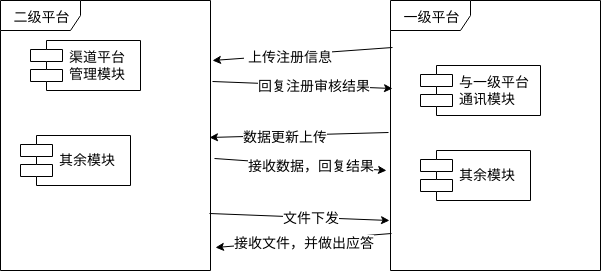
Before: IOT-communication.png, a diagram exported from draw.io (waterwatermelon/graph). Source tidied: cells renumbered, new cells last; positions are measured from the earlier drawing's top-left corner, leaving out a move shared by most shapes. Its diagram source:
```xml
<mxGraphModel>
  <root>
    <mxCell id="0" />
    <mxCell id="1" parent="0" />
    <mxCell id="2" value="&lt;font style=&quot;font-size: 14px&quot;&gt;二级平台&lt;/font&gt;" style="shape=umlFrame;whiteSpace=wrap;html=1;width=80;height=30;" parent="1" vertex="1">
      <mxGeometry width="210" height="270" as="geometry" />
    </mxCell>
    <mxCell id="3" value="&lt;font style=&quot;font-size: 14px&quot;&gt;一级平台&lt;/font&gt;" style="shape=umlFrame;whiteSpace=wrap;html=1;width=80;height=30;" parent="1" vertex="1">
      <mxGeometry x="390" width="210" height="270" as="geometry" />
    </mxCell>
    <mxCell id="4" value="渠道平台&#10;管理模块" style="shape=component;align=left;spacingLeft=36;fontSize=14;" parent="1" vertex="1">
      <mxGeometry x="30" y="40" width="110" height="50" as="geometry" />
    </mxCell>
    <mxCell id="5" value="与一级平台&#10;通讯模块" style="shape=component;align=left;spacingLeft=36;fontSize=14;" parent="1" vertex="1">
      <mxGeometry x="420" y="65" width="120" height="50" as="geometry" />
    </mxCell>
    <mxCell id="6" style="endArrow=classic;html=1;fontSize=14;exitX=0.01;exitY=0.174;exitDx=0;exitDy=0;exitPerimeter=0;entryX=1.01;entryY=0.222;entryDx=0;entryDy=0;entryPerimeter=0;" parent="1" edge="1" source="3" target="2">
      <mxGeometry relative="1" as="geometry" />
    </mxCell>
    <mxCell id="7" value="&amp;nbsp;&lt;span&gt;上传注册信息&lt;/span&gt;" style="text;html=1;align=center;verticalAlign=middle;labelBackgroundColor=#ffffff;fontSize=14;" parent="6" vertex="1">
      <mxGeometry x="0.16" y="1" relative="1" as="geometry" />
    </mxCell>
    <mxCell id="8" style="endArrow=classic;html=1;fontSize=14;entryX=0.01;entryY=0.326;entryDx=0;entryDy=0;entryPerimeter=0;exitX=1.01;exitY=0.3;exitDx=0;exitDy=0;exitPerimeter=0;" parent="1" edge="1" source="2" target="3">
      <mxGeometry relative="1" as="geometry" />
    </mxCell>
    <mxCell id="9" value="&lt;span&gt;回复注册审核结果&lt;/span&gt;" style="text;html=1;align=center;verticalAlign=middle;labelBackgroundColor=#ffffff;fontSize=14;" parent="8" vertex="1">
      <mxGeometry x="0.13" relative="1" as="geometry" />
    </mxCell>
    <mxCell id="10" style="endArrow=classic;html=1;fontSize=14;entryX=0.995;entryY=0.507;entryDx=0;entryDy=0;entryPerimeter=0;exitX=-0.01;exitY=0.489;exitDx=0;exitDy=0;exitPerimeter=0;" parent="1" edge="1" source="3" target="2">
      <mxGeometry relative="1" as="geometry" />
    </mxCell>
    <mxCell id="11" value="&lt;span&gt;数据更新上传&lt;/span&gt;&lt;br&gt;" style="text;html=1;align=center;verticalAlign=middle;labelBackgroundColor=#ffffff;fontSize=14;" parent="10" vertex="1">
      <mxGeometry x="0.16" y="1" relative="1" as="geometry" />
    </mxCell>
    <mxCell id="12" style="endArrow=classic;html=1;fontSize=14;exitX=1.019;exitY=0.585;exitDx=0;exitDy=0;exitPerimeter=0;" parent="1" edge="1" source="2">
      <mxGeometry relative="1" as="geometry">
        <mxPoint x="386" y="170" as="targetPoint" />
      </mxGeometry>
    </mxCell>
    <mxCell id="13" value="&lt;span&gt;接收数据，回复结果&lt;/span&gt;&lt;br&gt;" style="text;html=1;align=center;verticalAlign=middle;labelBackgroundColor=#ffffff;fontSize=14;" parent="12" vertex="1">
      <mxGeometry x="0.13" relative="1" as="geometry" />
    </mxCell>
    <mxCell id="14" style="endArrow=classic;html=1;fontSize=14;exitX=0.005;exitY=0.863;exitDx=0;exitDy=0;exitPerimeter=0;entryX=1.024;entryY=0.915;entryDx=0;entryDy=0;entryPerimeter=0;" parent="1" edge="1" source="3" target="2">
      <mxGeometry relative="1" as="geometry" />
    </mxCell>
    <mxCell id="15" value="&lt;span&gt;接收文件，并做出应答&lt;/span&gt;" style="text;html=1;align=center;verticalAlign=middle;labelBackgroundColor=#ffffff;fontSize=14;" parent="14" vertex="1">
      <mxGeometry x="0.24" y="5" relative="1" as="geometry">
        <mxPoint x="22" y="-5" as="offset" />
      </mxGeometry>
    </mxCell>
    <mxCell id="16" style="endArrow=classic;html=1;fontSize=14;exitX=0.995;exitY=0.789;exitDx=0;exitDy=0;exitPerimeter=0;" parent="1" edge="1" source="2">
      <mxGeometry relative="1" as="geometry">
        <mxPoint x="389" y="220" as="targetPoint" />
      </mxGeometry>
    </mxCell>
    <mxCell id="17" value="&lt;span&gt;文件下发&lt;/span&gt;&lt;br&gt;" style="text;html=1;align=center;verticalAlign=middle;labelBackgroundColor=#ffffff;fontSize=14;" parent="16" vertex="1">
      <mxGeometry x="0.13" relative="1" as="geometry" />
    </mxCell>
    <mxCell id="18" value="其余模块" style="shape=component;align=left;spacingLeft=36;fontSize=14;" parent="1" vertex="1">
      <mxGeometry x="20" y="135" width="110" height="50" as="geometry" />
    </mxCell>
    <mxCell id="19" value="其余模块" style="shape=component;align=left;spacingLeft=36;fontSize=14;" parent="1" vertex="1">
      <mxGeometry x="420" y="150" width="110" height="50" as="geometry" />
    </mxCell>
  </root>
</mxGraphModel>
```
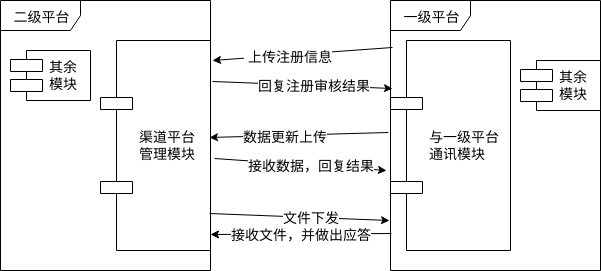
After the commit.

Diff of the diagram source:
```diff
@@ -9,10 +9,10 @@
       <mxGeometry x="390" width="210" height="270" as="geometry" />
     </mxCell>
     <mxCell id="4" value="渠道平台&#10;管理模块" style="shape=component;align=left;spacingLeft=36;fontSize=14;" parent="1" vertex="1">
-      <mxGeometry x="30" y="40" width="110" height="50" as="geometry" />
+      <mxGeometry x="100" y="40" width="110" height="210" as="geometry" />
     </mxCell>
     <mxCell id="5" value="与一级平台&#10;通讯模块" style="shape=component;align=left;spacingLeft=36;fontSize=14;" parent="1" vertex="1">
-      <mxGeometry x="420" y="65" width="120" height="50" as="geometry" />
+      <mxGeometry x="390" y="40" width="120" height="210" as="geometry" />
     </mxCell>
     <mxCell id="6" style="endArrow=classic;html=1;fontSize=14;exitX=0.01;exitY=0.174;exitDx=0;exitDy=0;exitPerimeter=0;entryX=1.01;entryY=0.222;entryDx=0;entryDy=0;entryPerimeter=0;" parent="1" edge="1" source="3" target="2">
       <mxGeometry relative="1" as="geometry" />
@@ -40,7 +40,7 @@
     <mxCell id="13" value="&lt;span&gt;接收数据，回复结果&lt;/span&gt;&lt;br&gt;" style="text;html=1;align=center;verticalAlign=middle;labelBackgroundColor=#ffffff;fontSize=14;" parent="12" vertex="1">
       <mxGeometry x="0.13" relative="1" as="geometry" />
     </mxCell>
-    <mxCell id="14" style="endArrow=classic;html=1;fontSize=14;exitX=0.005;exitY=0.863;exitDx=0;exitDy=0;exitPerimeter=0;entryX=1.024;entryY=0.915;entryDx=0;entryDy=0;entryPerimeter=0;" parent="1" edge="1" source="3" target="2">
+    <mxCell id="14" style="endArrow=classic;html=1;fontSize=14;exitX=0.005;exitY=0.863;exitDx=0;exitDy=0;exitPerimeter=0;entryX=1;entryY=0.924;entryDx=0;entryDy=0;entryPerimeter=0;" parent="1" edge="1" source="3" target="4">
       <mxGeometry relative="1" as="geometry" />
     </mxCell>
     <mxCell id="15" value="&lt;span&gt;接收文件，并做出应答&lt;/span&gt;" style="text;html=1;align=center;verticalAlign=middle;labelBackgroundColor=#ffffff;fontSize=14;" parent="14" vertex="1">
@@ -56,11 +56,11 @@
     <mxCell id="17" value="&lt;span&gt;文件下发&lt;/span&gt;&lt;br&gt;" style="text;html=1;align=center;verticalAlign=middle;labelBackgroundColor=#ffffff;fontSize=14;" parent="16" vertex="1">
       <mxGeometry x="0.13" relative="1" as="geometry" />
     </mxCell>
-    <mxCell id="18" value="其余模块" style="shape=component;align=left;spacingLeft=36;fontSize=14;" parent="1" vertex="1">
-      <mxGeometry x="20" y="135" width="110" height="50" as="geometry" />
+    <mxCell id="18" value="其余&#10;模块" style="shape=component;align=left;spacingLeft=36;fontSize=14;" parent="1" vertex="1">
+      <mxGeometry x="10" y="50" width="80" height="50" as="geometry" />
     </mxCell>
-    <mxCell id="19" value="其余模块" style="shape=component;align=left;spacingLeft=36;fontSize=14;" parent="1" vertex="1">
-      <mxGeometry x="420" y="150" width="110" height="50" as="geometry" />
-    </mxCell>
+    <mxCell id="20" value="其余&#10;模块" style="shape=component;align=left;spacingLeft=36;fontSize=14;" parent="1" vertex="1">
+      <mxGeometry x="520" y="60" width="80" height="50" as="geometry" />
+    </mxCell>
   </root>
 </mxGraphModel>
```
